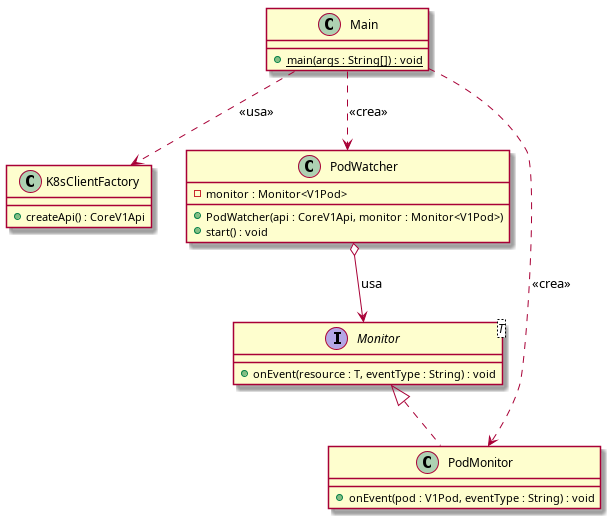
This is documents/vistaPública.png from Carlos-Lima2510/Kintoh, a PlantUML export, as it was before one commit. Its source is kept beside it as documents/vistaPública.puml.
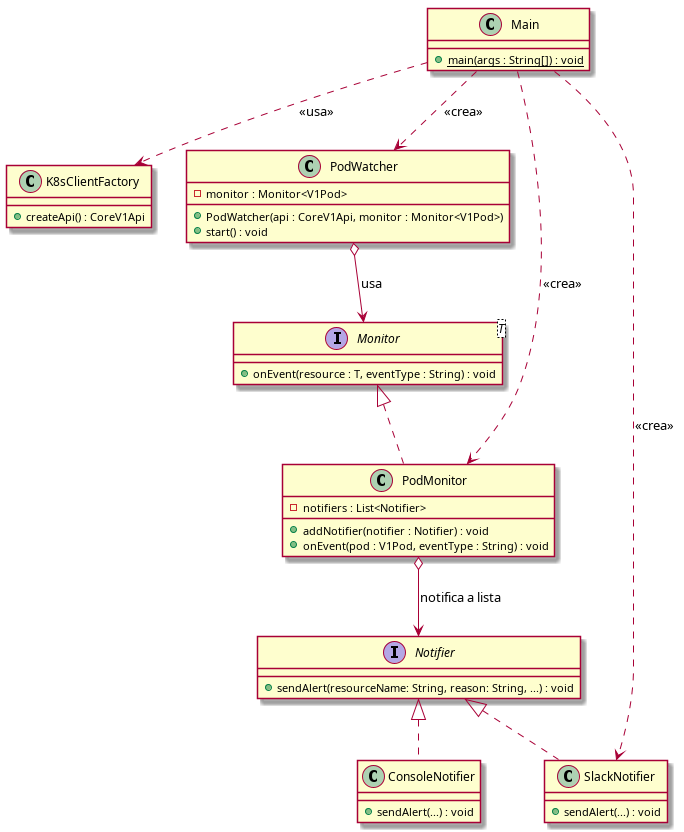
The same file after the commit.

Commit message:
feat: Implement notifier system with Slack and Console notifications

Change to the diagram source:
```diff
@@ -19,16 +19,36 @@
 }
 
 class PodMonitor {
+    - notifiers : List<Notifier>
+    + addNotifier(notifier : Notifier) : void
     + onEvent(pod : V1Pod, eventType : String) : void
+}
+
+interface Notifier {
+    + sendAlert(resourceName: String, reason: String, ...) : void
+}
+
+class SlackNotifier {
+    + sendAlert(...) : void
+}
+
+class ConsoleNotifier {
+    + sendAlert(...) : void
 }
 
 
 Main ..> K8sClientFactory : <<usa>>
 Main ..> PodWatcher : <<crea>>
 Main ..> PodMonitor : <<crea>>
+Main ..> SlackNotifier : <<crea>>
+
+PodWatcher o--> Monitor : "usa"
 
 Monitor <|.. PodMonitor
 
-PodWatcher o--> Monitor : "usa"
+PodMonitor o--> Notifier : "notifica a lista"
+
+Notifier <|.. SlackNotifier
+Notifier <|.. ConsoleNotifier
 
 @enduml
```
